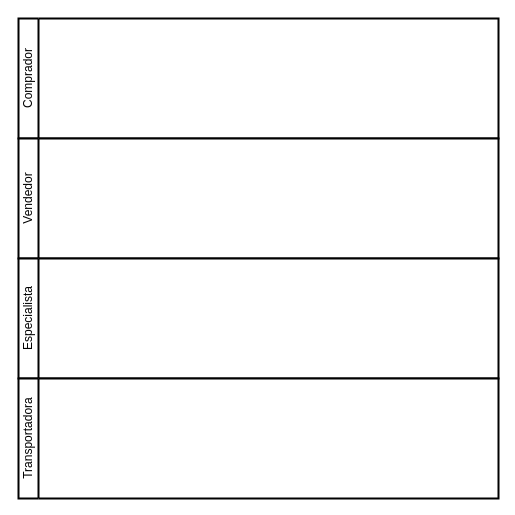
This is page "Modelo As Is" (1 of 2) of ModelagemProcessoNegocio.drawio from luca-moraes/projetoCorintoModelagem, a draw.io file, before an edit. Source tidied: cells renumbered, new cells numbered last; positions are measured from the earlier drawing's top-left corner, leaving out a move shared by most shapes. Both pictures are drawn from the tidied source at 100%, with x=0, y=0 at pixel (18, 18).
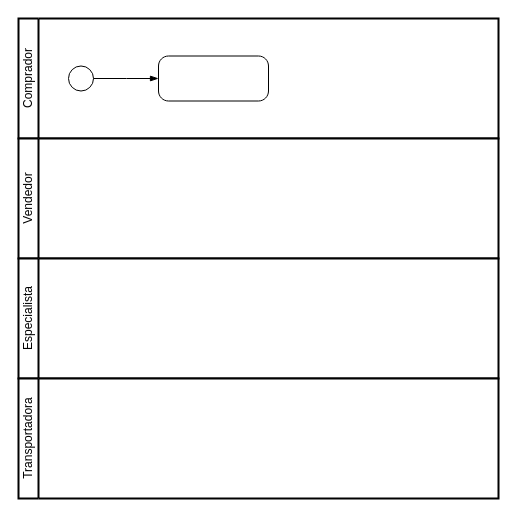
The same diagram, later.

The edit, as a diff of the source:
```diff
@@
 <mxGraphModel>
   <root>
     <mxCell id="0" />
     <mxCell id="1" parent="0" />
     <mxCell id="2" value="Comprador" style="swimlane;html=1;startSize=20;fontStyle=0;horizontal=0;swimlaneLine=1;swimlaneFillColor=#ffffff;strokeWidth=2;whiteSpace=wrap;" parent="1" vertex="1">
       <mxGeometry width="480" height="120" as="geometry" />
     </mxCell>
+    <mxCell id="6" style="points=[[0.145,0.145,0],[0.5,0,0],[0.855,0.145,0],[1,0.5,0],[0.855,0.855,0],[0.5,1,0],[0.145,0.855,0],[0,0.5,0]];shape=mxgraph.bpmn.event;html=1;verticalLabelPosition=bottom;labelBackgroundColor=#ffffff;verticalAlign=top;align=center;perimeter=ellipsePerimeter;outlineConnect=0;outline=standard;symbol=general;" parent="2" vertex="1">
+      <mxGeometry x="50" y="47.5" width="25" height="25" as="geometry" />
+    </mxCell>
+    <mxCell id="7" style="points=[[0.25,0,0],[0.5,0,0],[0.75,0,0],[1,0.25,0],[1,0.5,0],[1,0.75,0],[0.75,1,0],[0.5,1,0],[0.25,1,0],[0,0.75,0],[0,0.5,0],[0,0.25,0]];shape=mxgraph.bpmn.task;whiteSpace=wrap;rectStyle=rounded;size=10;html=1;taskMarker=abstract;" parent="2" vertex="1">
+      <mxGeometry x="140" y="37.5" width="110" height="45" as="geometry" />
+    </mxCell>
+    <mxCell id="8" style="edgeStyle=elbowEdgeStyle;fontSize=12;html=1;endArrow=blockThin;endFill=1;rounded=0;exitX=1;exitY=0.5;exitDx=0;exitDy=0;exitPerimeter=0;entryX=0;entryY=0.5;entryDx=0;entryDy=0;entryPerimeter=0;" parent="2" edge="1" source="6" target="7">
+      <mxGeometry relative="1" as="geometry" />
+    </mxCell>
     <mxCell id="3" value="Vendedor" style="swimlane;html=1;startSize=20;fontStyle=0;horizontal=0;swimlaneLine=1;swimlaneFillColor=#ffffff;strokeWidth=2;whiteSpace=wrap;" parent="1" vertex="1">
       <mxGeometry y="120" width="480" height="120" as="geometry" />
     </mxCell>
     <mxCell id="4" value="Especialista" style="swimlane;html=1;startSize=20;fontStyle=0;horizontal=0;swimlaneLine=1;swimlaneFillColor=#ffffff;strokeWidth=2;whiteSpace=wrap;" parent="1" vertex="1">
       <mxGeometry y="240" width="480" height="120" as="geometry" />
     </mxCell>
     <mxCell id="5" value="Transportadora" style="swimlane;html=1;startSize=20;fontStyle=0;horizontal=0;swimlaneLine=1;swimlaneFillColor=#ffffff;strokeWidth=2;whiteSpace=wrap;" parent="1" vertex="1">
       <mxGeometry y="360" width="480" height="120" as="geometry" />
     </mxCell>
   </root>
 </mxGraphModel>
```
